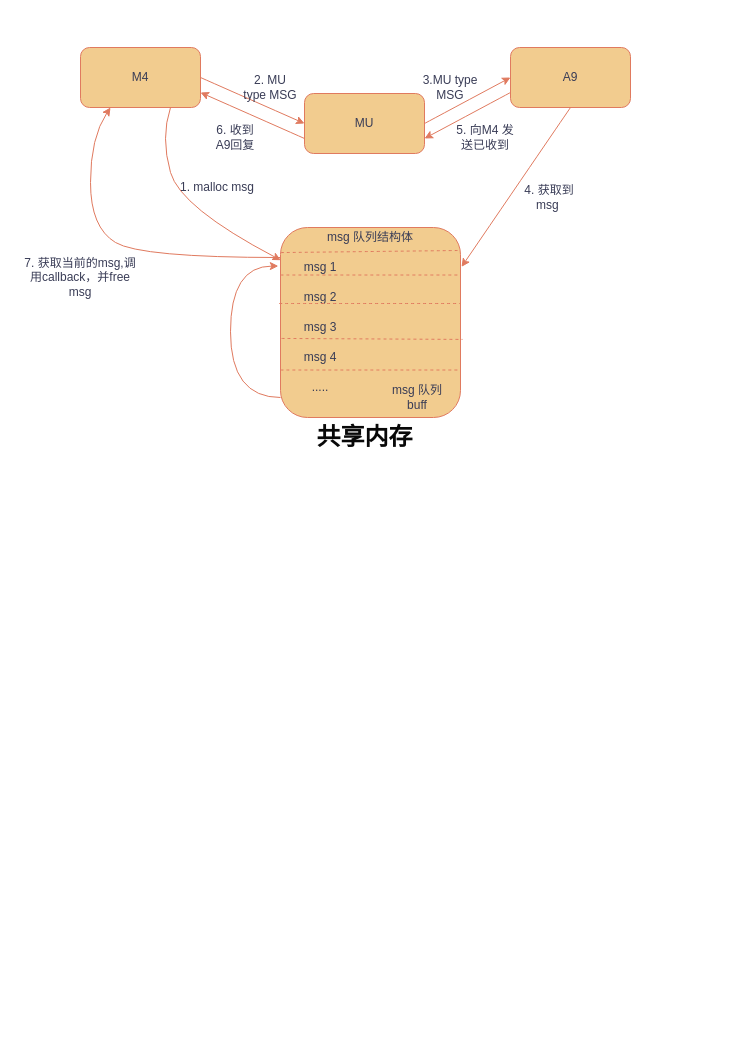
Earlier version of the draw.io diagram page "MSG" (2 of 2) of documents/双核交互结构.drawio (iceboy0037/dut_test). Source tidied: cells renumbered, new cells numbered last; positions are measured from the earlier drawing's top-left corner, leaving out a move shared by most shapes. Both pictures are drawn from the tidied source at 100%, with x=0, y=0 at pixel (20, 47).
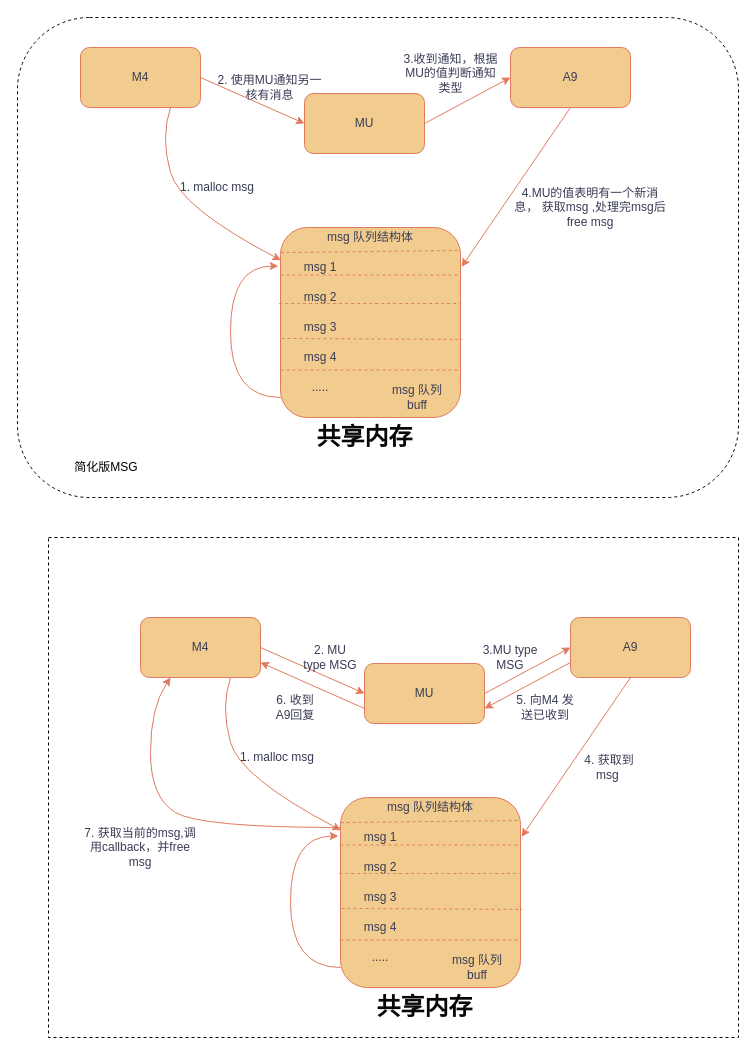
The same diagram, later.

The change refers to these unchanged cells:
```xml
<mxCell id="2" value="M4" style="whiteSpace=wrap;html=1;fillColor=#F2CC8F;strokeColor=#E07A5F;fontColor=#393C56;rounded=1;" parent="1" vertex="1">
  <mxGeometry x="60" width="120" height="60" as="geometry" />
</mxCell>
<mxCell id="3" value="MU" style="whiteSpace=wrap;html=1;fillColor=#F2CC8F;strokeColor=#E07A5F;fontColor=#393C56;rounded=1;" parent="1" vertex="1">
  <mxGeometry x="284" y="46" width="120" height="60" as="geometry" />
</mxCell>
<mxCell id="4" value="A9" style="whiteSpace=wrap;html=1;fillColor=#F2CC8F;strokeColor=#E07A5F;fontColor=#393C56;rounded=1;" parent="1" vertex="1">
  <mxGeometry x="490" width="120" height="60" as="geometry" />
</mxCell>
<mxCell id="5" style="whiteSpace=wrap;html=1;fillColor=#F2CC8F;strokeColor=#E07A5F;fontColor=#393C56;rounded=1;" parent="1" vertex="1">
  <mxGeometry x="260" y="180" width="180" height="190" as="geometry" />
</mxCell>
```

Change to the diagram source:
```diff
@@
-    <mxCell id="14" value="2. MU type MSG" style="text;html=1;strokeColor=none;fillColor=none;align=center;verticalAlign=middle;whiteSpace=wrap;dashed=1;fontColor=#393C56;rounded=1;" parent="1" vertex="1">
-      <mxGeometry x="220" y="20" width="60" height="40" as="geometry" />
+    <mxCell id="14" value="2. 使用MU通知另一核有消息" style="text;html=1;strokeColor=none;fillColor=none;align=center;verticalAlign=middle;whiteSpace=wrap;dashed=1;fontColor=#393C56;rounded=1;" parent="1" vertex="1">
+      <mxGeometry x="194" y="20" width="111" height="40" as="geometry" />
     </mxCell>
@@
-    <mxCell id="16" value="3.MU type MSG" style="text;html=1;strokeColor=none;fillColor=none;align=center;verticalAlign=middle;whiteSpace=wrap;dashed=1;fontColor=#393C56;rounded=1;" parent="1" vertex="1">
-      <mxGeometry x="400" y="20" width="60" height="40" as="geometry" />
+    <mxCell id="16" value="3.收到通知，根据MU的值判断通知类型" style="text;html=1;strokeColor=none;fillColor=none;align=center;verticalAlign=middle;whiteSpace=wrap;dashed=1;fontColor=#393C56;rounded=1;" parent="1" vertex="1">
+      <mxGeometry x="380" y="6" width="101" height="40" as="geometry" />
     </mxCell>
@@
-    <mxCell id="18" value="4. 获取到msg&amp;nbsp;" style="text;html=1;strokeColor=none;fillColor=none;align=center;verticalAlign=middle;whiteSpace=wrap;dashed=1;fontColor=#393C56;rounded=1;" parent="1" vertex="1">
-      <mxGeometry x="494" y="140" width="70" height="20" as="geometry" />
+    <mxCell id="18" value="4.MU的值表明有一个新消息， 获取msg ,处理完msg后free msg" style="text;html=1;strokeColor=none;fillColor=none;align=center;verticalAlign=middle;whiteSpace=wrap;dashed=1;fontColor=#393C56;rounded=1;" parent="1" vertex="1">
+      <mxGeometry x="490" y="150" width="160" height="20" as="geometry" />
     </mxCell>
-    <mxCell id="19" style="endArrow=classic;html=1;exitX=0;exitY=0.75;exitDx=0;exitDy=0;entryX=1;entryY=0.75;entryDx=0;entryDy=0;strokeColor=#E07A5F;fontColor=#393C56;curved=1;labelBackgroundColor=#F4F1DE;" parent="1" edge="1" source="4" target="3">
-      <mxGeometry relative="1" as="geometry" />
-    </mxCell>
-    <mxCell id="20" value="5. 向M4 发送已收到" style="text;html=1;strokeColor=none;fillColor=none;align=center;verticalAlign=middle;whiteSpace=wrap;dashed=1;fontColor=#393C56;rounded=1;" parent="1" vertex="1">
-      <mxGeometry x="430" y="80" width="70" height="20" as="geometry" />
-    </mxCell>
-    <mxCell id="21" style="endArrow=classic;html=1;exitX=0;exitY=0.75;exitDx=0;exitDy=0;entryX=1;entryY=0.75;entryDx=0;entryDy=0;strokeColor=#E07A5F;fontColor=#393C56;curved=1;labelBackgroundColor=#F4F1DE;" parent="1" edge="1" source="3" target="2">
-      <mxGeometry relative="1" as="geometry" />
-    </mxCell>
-    <mxCell id="22" value="6. 收到A9回复" style="text;html=1;strokeColor=none;fillColor=none;align=center;verticalAlign=middle;whiteSpace=wrap;dashed=1;fontColor=#393C56;rounded=1;" parent="1" vertex="1">
-      <mxGeometry x="190" y="80" width="50" height="20" as="geometry" />
-    </mxCell>
-    <mxCell id="23" value="7. 获取当前的msg,调用callback，并free msg" style="text;html=1;strokeColor=none;fillColor=none;align=center;verticalAlign=middle;whiteSpace=wrap;dashed=1;fontColor=#393C56;rounded=1;" parent="1" vertex="1">
-      <mxGeometry y="200" width="120" height="60" as="geometry" />
-    </mxCell>
@@
-    <mxCell id="31" style="endArrow=classic;html=1;entryX=0.25;entryY=1;entryDx=0;entryDy=0;exitX=0;exitY=0.158;exitDx=0;exitDy=0;exitPerimeter=0;strokeColor=#E07A5F;fontColor=#393C56;curved=1;labelBackgroundColor=#F4F1DE;" parent="1" edge="1" source="5" target="2">
-      <mxGeometry relative="1" as="geometry">
-        <Array as="points">
-          <mxPoint x="120" y="210" />
-          <mxPoint x="70" y="180" />
-          <mxPoint x="70" y="90" />
-        </Array>
-      </mxGeometry>
-    </mxCell>
@@
+    <mxCell id="34" value="M4" style="whiteSpace=wrap;html=1;fillColor=#F2CC8F;strokeColor=#E07A5F;fontColor=#393C56;rounded=1;" parent="1" vertex="1">
+      <mxGeometry x="120" y="570" width="120" height="60" as="geometry" />
+    </mxCell>
+    <mxCell id="35" value="MU" style="whiteSpace=wrap;html=1;fillColor=#F2CC8F;strokeColor=#E07A5F;fontColor=#393C56;rounded=1;" parent="1" vertex="1">
+      <mxGeometry x="344" y="616" width="120" height="60" as="geometry" />
+    </mxCell>
+    <mxCell id="36" value="A9" style="whiteSpace=wrap;html=1;fillColor=#F2CC8F;strokeColor=#E07A5F;fontColor=#393C56;rounded=1;" parent="1" vertex="1">
+      <mxGeometry x="550" y="570" width="120" height="60" as="geometry" />
+    </mxCell>
+    <mxCell id="37" style="whiteSpace=wrap;html=1;fillColor=#F2CC8F;strokeColor=#E07A5F;fontColor=#393C56;rounded=1;" parent="1" vertex="1">
+      <mxGeometry x="320" y="750" width="180" height="190" as="geometry" />
+    </mxCell>
+    <mxCell id="38" value="msg 队列buff" style="text;html=1;strokeColor=none;fillColor=none;align=center;verticalAlign=middle;whiteSpace=wrap;fontColor=#393C56;rounded=1;" parent="1" vertex="1">
+      <mxGeometry x="430" y="910" width="54" height="20" as="geometry" />
+    </mxCell>
+    <mxCell id="39" value="msg 1" style="text;html=1;strokeColor=none;fillColor=none;align=center;verticalAlign=middle;whiteSpace=wrap;fontColor=#393C56;rounded=1;" parent="1" vertex="1">
+      <mxGeometry x="340" y="780" width="40" height="20" as="geometry" />
+    </mxCell>
+    <mxCell id="40" value="msg 2" style="text;html=1;strokeColor=none;fillColor=none;align=center;verticalAlign=middle;whiteSpace=wrap;fontColor=#393C56;rounded=1;" parent="1" vertex="1">
+      <mxGeometry x="340" y="810" width="40" height="20" as="geometry" />
+    </mxCell>
+    <mxCell id="41" value="msg 3" style="text;html=1;strokeColor=none;fillColor=none;align=center;verticalAlign=middle;whiteSpace=wrap;fontColor=#393C56;rounded=1;" parent="1" vertex="1">
+      <mxGeometry x="340" y="840" width="40" height="20" as="geometry" />
+    </mxCell>
+    <mxCell id="42" value="msg 4" style="text;html=1;strokeColor=none;fillColor=none;align=center;verticalAlign=middle;whiteSpace=wrap;dashed=1;fontColor=#393C56;rounded=1;" parent="1" vertex="1">
+      <mxGeometry x="340" y="870" width="40" height="20" as="geometry" />
+    </mxCell>
+    <mxCell id="43" style="edgeStyle=elbowEdgeStyle;elbow=horizontal;endArrow=classic;html=1;entryX=-0.012;entryY=0.203;entryDx=0;entryDy=0;entryPerimeter=0;strokeColor=#E07A5F;fontColor=#393C56;curved=1;labelBackgroundColor=#F4F1DE;" parent="1" edge="1" source="37" target="37">
+      <mxGeometry relative="1" as="geometry">
+        <Array as="points">
+          <mxPoint x="270" y="920" />
+          <mxPoint x="280" y="920" />
+          <mxPoint x="280" y="900" />
+          <mxPoint x="260" y="790" />
+          <mxPoint x="260" y="790" />
+          <mxPoint x="270" y="790" />
+          <mxPoint x="270" y="912" />
+          <mxPoint x="270" y="815" />
+        </Array>
+      </mxGeometry>
+    </mxCell>
+    <mxCell id="44" value="1. malloc msg" style="text;html=1;strokeColor=none;fillColor=none;align=center;verticalAlign=middle;whiteSpace=wrap;dashed=1;fontColor=#393C56;rounded=1;" parent="1" vertex="1">
+      <mxGeometry x="217" y="700" width="80" height="20" as="geometry" />
+    </mxCell>
+    <mxCell id="45" style="endArrow=classic;html=1;exitX=1;exitY=0.5;exitDx=0;exitDy=0;entryX=0;entryY=0.5;entryDx=0;entryDy=0;fillColor=#F2CC8F;strokeColor=#E07A5F;fontColor=#393C56;curved=1;labelBackgroundColor=#F4F1DE;" parent="1" edge="1" source="34" target="35">
+      <mxGeometry relative="1" as="geometry" />
+    </mxCell>
+    <mxCell id="46" value="2. MU type MSG" style="text;html=1;strokeColor=none;fillColor=none;align=center;verticalAlign=middle;whiteSpace=wrap;dashed=1;fontColor=#393C56;rounded=1;" parent="1" vertex="1">
+      <mxGeometry x="280" y="590" width="60" height="40" as="geometry" />
+    </mxCell>
+    <mxCell id="47" style="endArrow=classic;html=1;exitX=1;exitY=0.5;exitDx=0;exitDy=0;entryX=0;entryY=0.5;entryDx=0;entryDy=0;fillColor=#F2CC8F;strokeColor=#E07A5F;fontColor=#393C56;curved=1;labelBackgroundColor=#F4F1DE;" parent="1" edge="1" source="35" target="36">
+      <mxGeometry relative="1" as="geometry" />
+    </mxCell>
+    <mxCell id="48" value="3.MU type MSG" style="text;html=1;strokeColor=none;fillColor=none;align=center;verticalAlign=middle;whiteSpace=wrap;dashed=1;fontColor=#393C56;rounded=1;" parent="1" vertex="1">
+      <mxGeometry x="460" y="590" width="60" height="40" as="geometry" />
+    </mxCell>
+    <mxCell id="49" style="endArrow=classic;html=1;exitX=0.5;exitY=1;exitDx=0;exitDy=0;entryX=1.006;entryY=0.207;entryDx=0;entryDy=0;entryPerimeter=0;strokeColor=#E07A5F;fontColor=#393C56;curved=1;labelBackgroundColor=#F4F1DE;" parent="1" edge="1" source="36" target="37">
+      <mxGeometry relative="1" as="geometry" />
+    </mxCell>
+    <mxCell id="50" value="4. 获取到msg&amp;nbsp;" style="text;html=1;strokeColor=none;fillColor=none;align=center;verticalAlign=middle;whiteSpace=wrap;dashed=1;fontColor=#393C56;rounded=1;" parent="1" vertex="1">
+      <mxGeometry x="554" y="710" width="70" height="20" as="geometry" />
+    </mxCell>
+    <mxCell id="51" style="endArrow=classic;html=1;exitX=0;exitY=0.75;exitDx=0;exitDy=0;entryX=1;entryY=0.75;entryDx=0;entryDy=0;strokeColor=#E07A5F;fontColor=#393C56;curved=1;labelBackgroundColor=#F4F1DE;" parent="1" edge="1" source="36" target="35">
+      <mxGeometry relative="1" as="geometry" />
+    </mxCell>
+    <mxCell id="20" value="5. 向M4 发送已收到" style="text;html=1;strokeColor=none;fillColor=none;align=center;verticalAlign=middle;whiteSpace=wrap;dashed=1;fontColor=#393C56;rounded=1;" parent="1" vertex="1">
+      <mxGeometry x="490" y="650" width="70" height="20" as="geometry" />
+    </mxCell>
+    <mxCell id="52" style="endArrow=classic;html=1;exitX=0;exitY=0.75;exitDx=0;exitDy=0;entryX=1;entryY=0.75;entryDx=0;entryDy=0;strokeColor=#E07A5F;fontColor=#393C56;curved=1;labelBackgroundColor=#F4F1DE;" parent="1" edge="1" source="35" target="34">
+      <mxGeometry relative="1" as="geometry" />
+    </mxCell>
+    <mxCell id="22" value="6. 收到A9回复" style="text;html=1;strokeColor=none;fillColor=none;align=center;verticalAlign=middle;whiteSpace=wrap;dashed=1;fontColor=#393C56;rounded=1;" parent="1" vertex="1">
+      <mxGeometry x="250" y="650" width="50" height="20" as="geometry" />
+    </mxCell>
+    <mxCell id="23" value="7. 获取当前的msg,调用callback，并free msg" style="text;html=1;strokeColor=none;fillColor=none;align=center;verticalAlign=middle;whiteSpace=wrap;dashed=1;fontColor=#393C56;rounded=1;" parent="1" vertex="1">
+      <mxGeometry x="60" y="770" width="120" height="60" as="geometry" />
+    </mxCell>
+    <mxCell id="53" value="....." style="text;html=1;strokeColor=none;fillColor=none;align=center;verticalAlign=middle;whiteSpace=wrap;dashed=1;fontColor=#393C56;rounded=1;" parent="1" vertex="1">
+      <mxGeometry x="340" y="900" width="40" height="20" as="geometry" />
+    </mxCell>
+    <mxCell id="54" value="msg 队列结构体" style="text;html=1;strokeColor=none;fillColor=none;align=center;verticalAlign=middle;whiteSpace=wrap;fontColor=#393C56;rounded=1;" parent="1" vertex="1">
+      <mxGeometry x="365" y="750" width="90" height="20" as="geometry" />
+    </mxCell>
+    <mxCell id="55" style="endArrow=none;dashed=1;html=1;exitX=0.002;exitY=0.132;exitDx=0;exitDy=0;exitPerimeter=0;strokeColor=#E07A5F;fontColor=#393C56;curved=1;labelBackgroundColor=#F4F1DE;" parent="1" edge="1" source="37">
+      <mxGeometry relative="1" as="geometry">
+        <mxPoint x="497" y="773" as="targetPoint" />
+      </mxGeometry>
+    </mxCell>
+    <mxCell id="56" style="endArrow=none;dashed=1;html=1;exitX=0;exitY=0.25;exitDx=0;exitDy=0;entryX=1;entryY=0.25;entryDx=0;entryDy=0;strokeColor=#E07A5F;fontColor=#393C56;curved=1;labelBackgroundColor=#F4F1DE;" parent="1" edge="1" source="37" target="37">
+      <mxGeometry relative="1" as="geometry" />
+    </mxCell>
+    <mxCell id="57" style="endArrow=none;dashed=1;html=1;exitX=-0.007;exitY=0.4;exitDx=0;exitDy=0;exitPerimeter=0;entryX=1;entryY=0.4;entryDx=0;entryDy=0;entryPerimeter=0;strokeColor=#E07A5F;fontColor=#393C56;curved=1;labelBackgroundColor=#F4F1DE;" parent="1" edge="1" source="37" target="37">
+      <mxGeometry relative="1" as="geometry" />
+    </mxCell>
+    <mxCell id="58" style="endArrow=none;dashed=1;html=1;exitX=0.006;exitY=0.584;exitDx=0;exitDy=0;exitPerimeter=0;entryX=1.011;entryY=0.589;entryDx=0;entryDy=0;entryPerimeter=0;strokeColor=#E07A5F;fontColor=#393C56;curved=1;labelBackgroundColor=#F4F1DE;" parent="1" edge="1" source="37" target="37">
+      <mxGeometry relative="1" as="geometry" />
+    </mxCell>
+    <mxCell id="59" style="endArrow=none;dashed=1;html=1;exitX=0;exitY=0.75;exitDx=0;exitDy=0;entryX=1;entryY=0.75;entryDx=0;entryDy=0;strokeColor=#E07A5F;fontColor=#393C56;curved=1;labelBackgroundColor=#F4F1DE;" parent="1" edge="1" source="37" target="37">
+      <mxGeometry relative="1" as="geometry" />
+    </mxCell>
+    <mxCell id="60" style="endArrow=classic;html=1;entryX=0.25;entryY=1;entryDx=0;entryDy=0;exitX=0;exitY=0.158;exitDx=0;exitDy=0;exitPerimeter=0;strokeColor=#E07A5F;fontColor=#393C56;curved=1;labelBackgroundColor=#F4F1DE;" parent="1" edge="1" source="37" target="34">
+      <mxGeometry relative="1" as="geometry">
+        <Array as="points">
+          <mxPoint x="180" y="780" />
+          <mxPoint x="130" y="750" />
+          <mxPoint x="130" y="660" />
+        </Array>
+      </mxGeometry>
+    </mxCell>
+    <mxCell id="61" style="endArrow=classic;html=1;exitX=0.75;exitY=1;exitDx=0;exitDy=0;entryX=0.002;entryY=0.172;entryDx=0;entryDy=0;entryPerimeter=0;strokeColor=#E07A5F;fontColor=#393C56;curved=1;labelBackgroundColor=#F4F1DE;" parent="1" edge="1" source="34" target="37">
+      <mxGeometry relative="1" as="geometry">
+        <Array as="points">
+          <mxPoint x="200" y="660" />
+          <mxPoint x="220" y="730" />
+        </Array>
+      </mxGeometry>
+    </mxCell>
+    <mxCell id="62" value="&lt;font color=&quot;#080808&quot;&gt;共享内存&lt;/font&gt;" style="text;strokeColor=none;fillColor=none;html=1;fontSize=24;fontStyle=1;verticalAlign=middle;align=center;" parent="1" vertex="1">
+      <mxGeometry x="354" y="940" width="100" height="40" as="geometry" />
+    </mxCell>
+    <mxCell id="63" style="rounded=0;whiteSpace=wrap;html=1;fillColor=none;dashed=1;" parent="1" vertex="1">
+      <mxGeometry x="28" y="490" width="690" height="500" as="geometry" />
+    </mxCell>
+    <mxCell id="64" value="简化版MSG" style="text;html=1;strokeColor=none;fillColor=none;align=center;verticalAlign=middle;whiteSpace=wrap;rounded=0;dashed=1;" parent="1" vertex="1">
+      <mxGeometry x="21" y="410" width="130" height="20" as="geometry" />
+    </mxCell>
+    <mxCell id="65" style="rounded=1;whiteSpace=wrap;html=1;fillColor=none;dashed=1;" parent="1" vertex="1">
+      <mxGeometry x="-3" y="-30" width="721" height="480" as="geometry" />
+    </mxCell>
```
